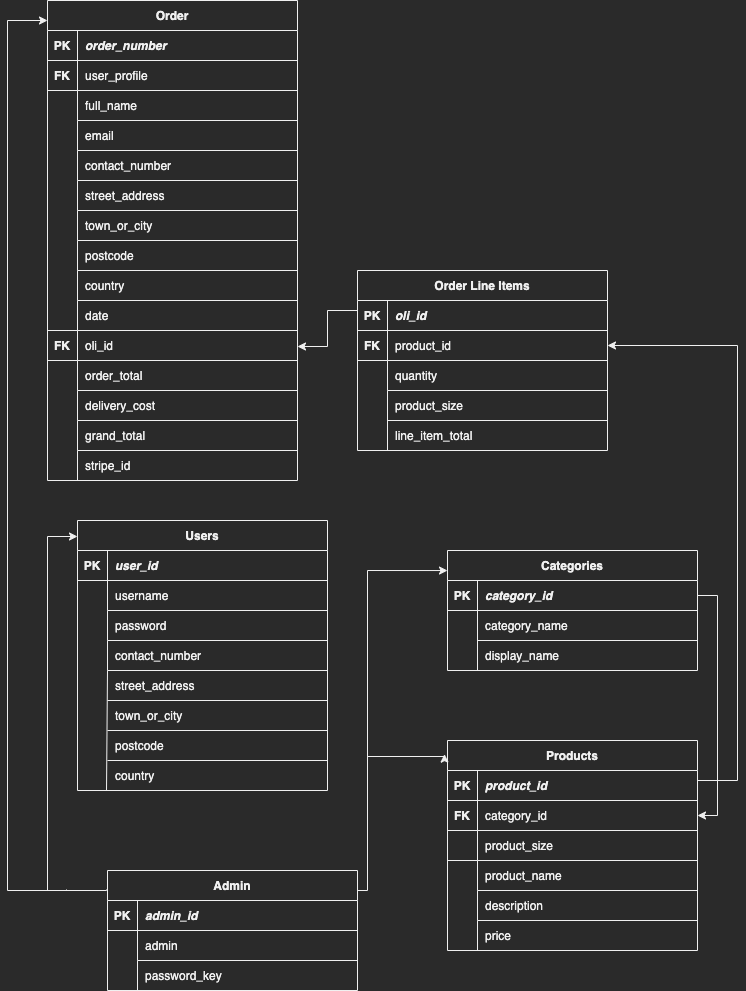
This is docs/testing/erd_diagram.png from joshfreeman00/VideoGameEmporium-MS4, a draw.io export, as it was before one commit. Source tidied: cells renumbered, new cells last; positions are measured from the earlier drawing's top-left corner, leaving out a move shared by most shapes.
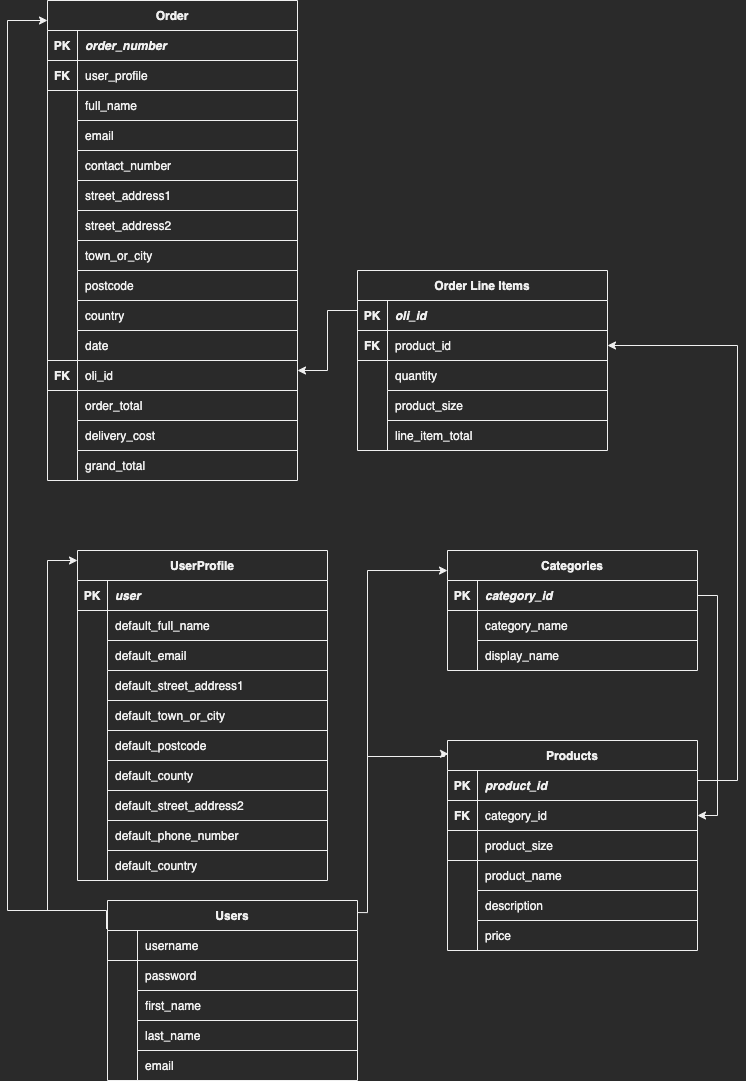
Above is the later version.

Commit message:
Update erd diagram

Diff of the diagram source:
```diff
@@ -32,8 +32,8 @@
     <mxCell id="11" value="product_size" style="shape=partialRectangle;overflow=hidden;fillColor=none;top=1;left=0;bottom=0;right=0;align=left;spacingLeft=6;" parent="9" vertex="1">
       <mxGeometry x="30" width="220" height="30" as="geometry" />
     </mxCell>
-    <mxCell id="12" value="Users" style="shape=table;startSize=30;rowLines=0;fontStyle=1;align=center;" parent="1" vertex="1">
-      <mxGeometry x="70" y="520" width="250" height="270" as="geometry" />
+    <mxCell id="12" value="UserProfile" style="shape=table;startSize=30;rowLines=0;fontStyle=1;align=center;" parent="1" vertex="1">
+      <mxGeometry x="70" y="550" width="250" height="330" as="geometry" />
     </mxCell>
     <mxCell id="13" style="shape=partialRectangle;fillColor=none;top=0;left=0;right=0;bottom=1;" parent="12" vertex="1">
       <mxGeometry y="30" width="250" height="30" as="geometry" />
@@ -41,7 +41,7 @@
     <mxCell id="14" value="PK" style="shape=partialRectangle;overflow=hidden;fillColor=none;top=0;left=0;bottom=0;right=0;fontStyle=1;" parent="13" vertex="1">
       <mxGeometry width="30" height="30" as="geometry" />
     </mxCell>
-    <mxCell id="15" value="user_id" style="shape=partialRectangle;overflow=hidden;fillColor=none;top=0;left=0;bottom=0;right=0;align=left;spacingLeft=6;fontStyle=3;" parent="13" vertex="1">
+    <mxCell id="15" style="shape=partialRectangle;overflow=hidden;fillColor=none;top=0;left=0;bottom=0;right=0;align=left;spacingLeft=6;fontStyle=3;" parent="13" vertex="1">
       <mxGeometry x="30" width="220" height="30" as="geometry" />
     </mxCell>
     <mxCell id="16" style="shape=partialRectangle;fillColor=none;top=0;left=0;right=0;bottom=0;" parent="12" vertex="1">
@@ -50,32 +50,32 @@
     <mxCell id="17" style="shape=partialRectangle;overflow=hidden;fillColor=none;top=0;left=0;bottom=0;right=0;" parent="16" vertex="1">
       <mxGeometry width="30" height="30" as="geometry" />
     </mxCell>
-    <mxCell id="18" value="username" style="shape=partialRectangle;overflow=hidden;fillColor=none;top=0;left=0;bottom=1;right=0;align=left;spacingLeft=6;" parent="16" vertex="1">
+    <mxCell id="18" style="shape=partialRectangle;overflow=hidden;fillColor=none;top=0;left=0;bottom=1;right=0;align=left;spacingLeft=6;" parent="16" vertex="1">
       <mxGeometry x="30" width="220" height="30" as="geometry" />
     </mxCell>
     <mxCell id="19" style="shape=partialRectangle;overflow=hidden;fillColor=none;top=0;left=0;bottom=0;right=1;" parent="1" vertex="1">
       <mxGeometry x="70" y="610" width="30" height="30" as="geometry" />
     </mxCell>
-    <mxCell id="20" value="password" style="shape=partialRectangle;overflow=hidden;fillColor=none;top=0;left=0;bottom=0;right=0;align=left;spacingLeft=6;" parent="1" vertex="1">
+    <mxCell id="20" value="default_full_name" style="shape=partialRectangle;overflow=hidden;fillColor=none;top=0;left=0;bottom=0;right=0;align=left;spacingLeft=6;" parent="1" vertex="1">
       <mxGeometry x="100" y="610" width="220" height="30" as="geometry" />
     </mxCell>
     <mxCell id="21" style="edgeStyle=orthogonalEdgeStyle;rounded=0;jettySize=auto;html=1;exitX=-0.004;exitY=0.158;exitDx=0;exitDy=0;exitPerimeter=0;" parent="1" edge="1" source="27">
       <mxGeometry relative="1" as="geometry">
-        <mxPoint x="70" y="536" as="targetPoint" />
+        <mxPoint x="70" y="560" as="targetPoint" />
         <Array as="points">
-          <mxPoint x="99" y="890" />
-          <mxPoint x="40" y="890" />
-          <mxPoint x="40" y="536" />
-          <mxPoint x="70" y="536" />
+          <mxPoint x="99" y="910" />
+          <mxPoint x="40" y="910" />
+          <mxPoint x="40" y="560" />
         </Array>
       </mxGeometry>
     </mxCell>
-    <mxCell id="22" style="edgeStyle=orthogonalEdgeStyle;rounded=0;jettySize=auto;html=1;entryX=-0.012;entryY=0.065;entryDx=0;entryDy=0;entryPerimeter=0;" parent="1" edge="1" target="2">
+    <mxCell id="22" style="edgeStyle=orthogonalEdgeStyle;rounded=0;jettySize=auto;html=1;entryX=0.004;entryY=0.064;entryDx=0;entryDy=0;entryPerimeter=0;exitX=0.996;exitY=0.067;exitDx=0;exitDy=0;exitPerimeter=0;" parent="1" edge="1" source="27" target="2">
       <mxGeometry relative="1" as="geometry">
-        <mxPoint x="350" y="890" as="sourcePoint" />
         <Array as="points">
-          <mxPoint x="360" y="890" />
+          <mxPoint x="360" y="912" />
           <mxPoint x="360" y="756" />
+          <mxPoint x="437" y="756" />
+          <mxPoint x="437" y="753" />
         </Array>
       </mxGeometry>
     </mxCell>
@@ -89,18 +89,18 @@
       <mxGeometry x="470" y="860" width="220" height="30" as="geometry" />
     </mxCell>
     <mxCell id="26" style="group;" parent="1" vertex="1">
-      <mxGeometry x="100" y="870" width="250" height="120" as="geometry" />
+      <mxGeometry x="100" y="870" width="250" height="210" as="geometry" />
     </mxCell>
-    <mxCell id="27" value="Admin" style="shape=table;startSize=30;rowLines=0;fontStyle=1;align=center;" parent="26" vertex="1">
-      <mxGeometry width="250" height="120" as="geometry" />
+    <mxCell id="27" value="Users" style="shape=table;startSize=30;rowLines=0;fontStyle=1;align=center;" parent="26" vertex="1">
+      <mxGeometry y="30" width="250" height="180" as="geometry" />
     </mxCell>
     <mxCell id="28" style="shape=partialRectangle;fillColor=none;top=0;left=0;right=0;bottom=1;" parent="27" vertex="1">
       <mxGeometry y="30" width="250" height="30" as="geometry" />
     </mxCell>
-    <mxCell id="29" value="PK" style="shape=partialRectangle;overflow=hidden;fillColor=none;top=0;left=0;bottom=0;right=0;fontStyle=1;" parent="28" vertex="1">
+    <mxCell id="29" style="shape=partialRectangle;overflow=hidden;fillColor=none;top=0;left=0;bottom=0;right=0;fontStyle=1;" parent="28" vertex="1">
       <mxGeometry width="30" height="30" as="geometry" />
     </mxCell>
-    <mxCell id="30" value="admin_id" style="shape=partialRectangle;overflow=hidden;fillColor=none;top=0;left=0;bottom=0;right=0;align=left;spacingLeft=6;fontStyle=3;" parent="28" vertex="1">
+    <mxCell id="30" value="username" style="shape=partialRectangle;overflow=hidden;fillColor=none;top=0;left=0;bottom=0;right=0;align=left;spacingLeft=6;fontStyle=0;" parent="28" vertex="1">
       <mxGeometry x="30" width="220" height="30" as="geometry" />
     </mxCell>
     <mxCell id="31" style="shape=partialRectangle;fillColor=none;top=0;left=0;right=0;bottom=0;" parent="27" vertex="1">
@@ -109,25 +109,37 @@
     <mxCell id="32" style="shape=partialRectangle;overflow=hidden;fillColor=none;top=0;left=0;bottom=0;right=0;" parent="31" vertex="1">
       <mxGeometry width="30" height="30" as="geometry" />
     </mxCell>
-    <mxCell id="33" value="admin" style="shape=partialRectangle;overflow=hidden;fillColor=none;top=0;left=0;bottom=1;right=0;align=left;spacingLeft=6;" parent="31" vertex="1">
+    <mxCell id="33" value="password" style="shape=partialRectangle;overflow=hidden;fillColor=none;top=0;left=0;bottom=1;right=0;align=left;spacingLeft=6;" parent="31" vertex="1">
       <mxGeometry x="30" width="220" height="30" as="geometry" />
     </mxCell>
-    <mxCell id="34" value="password_key" style="shape=partialRectangle;overflow=hidden;fillColor=none;top=0;left=1;bottom=0;right=0;align=left;spacingLeft=6;" parent="26" vertex="1">
-      <mxGeometry x="30" y="90" width="220" height="30" as="geometry" />
+    <mxCell id="34" value="first_name" style="shape=partialRectangle;overflow=hidden;fillColor=none;top=0;left=1;bottom=0;right=0;align=left;spacingLeft=6;" parent="26" vertex="1">
+      <mxGeometry x="30" y="120" width="220" height="30" as="geometry" />
     </mxCell>
+    <mxCell id="108" value="email" style="shape=partialRectangle;overflow=hidden;fillColor=none;top=0;left=1;bottom=0;right=0;align=left;spacingLeft=6;" parent="26" vertex="1">
+      <mxGeometry x="30" y="180" width="220" height="30" as="geometry" />
+    </mxCell>
+    <mxCell id="109" value="last_name" style="shape=partialRectangle;overflow=hidden;fillColor=none;top=0;left=0;bottom=1;right=0;align=left;spacingLeft=6;" parent="26" vertex="1">
+      <mxGeometry x="30" y="150" width="220" height="30" as="geometry" />
+    </mxCell>
+    <mxCell id="110" style="endArrow=none;html=1;rounded=0;labelBackgroundColor=default;strokeColor=default;fontFamily=Helvetica;fontSize=11;fontColor=default;shape=connector;" parent="26" edge="1">
+      <mxGeometry relative="1" as="geometry">
+        <mxPoint x="30" y="195" as="sourcePoint" />
+        <mxPoint x="30" y="135" as="targetPoint" />
+      </mxGeometry>
+    </mxCell>
-    <mxCell id="35" value="street_address" style="shape=partialRectangle;overflow=hidden;fillColor=none;top=0;left=0;bottom=0;right=0;align=left;spacingLeft=6;" parent="1" vertex="1">
+    <mxCell id="35" value="default_street_address1" style="shape=partialRectangle;overflow=hidden;fillColor=none;top=0;left=0;bottom=0;right=0;align=left;spacingLeft=6;" parent="1" vertex="1">
       <mxGeometry x="100" y="670" width="220" height="30" as="geometry" />
     </mxCell>
-    <mxCell id="36" value="contact_number" style="shape=partialRectangle;overflow=hidden;fillColor=none;top=0;left=0;bottom=0;right=0;align=left;spacingLeft=6;strokeColor=#F0F0F0;perimeterSpacing=2;" parent="1" vertex="1">
+    <mxCell id="36" value="default_email" style="shape=partialRectangle;overflow=hidden;fillColor=none;top=0;left=0;bottom=0;right=0;align=left;spacingLeft=6;strokeColor=#F0F0F0;perimeterSpacing=2;" parent="1" vertex="1">
       <mxGeometry x="100" y="640" width="220" height="30" as="geometry" />
     </mxCell>
-    <mxCell id="37" value="town_or_city" style="shape=partialRectangle;overflow=hidden;fillColor=none;top=0;left=0;bottom=0;right=0;align=left;spacingLeft=6;" parent="1" vertex="1">
+    <mxCell id="37" value="default_town_or_city" style="shape=partialRectangle;overflow=hidden;fillColor=none;top=0;left=0;bottom=0;right=0;align=left;spacingLeft=6;" parent="1" vertex="1">
       <mxGeometry x="100" y="700" width="220" height="30" as="geometry" />
     </mxCell>
-    <mxCell id="38" value="postcode" style="shape=partialRectangle;overflow=hidden;fillColor=none;top=0;left=0;bottom=0;right=0;align=left;spacingLeft=6;" parent="1" vertex="1">
+    <mxCell id="38" value="default_postcode" style="shape=partialRectangle;overflow=hidden;fillColor=none;top=0;left=0;bottom=0;right=0;align=left;spacingLeft=6;" parent="1" vertex="1">
       <mxGeometry x="100" y="730" width="220" height="30" as="geometry" />
     </mxCell>
-    <mxCell id="39" value="country" style="shape=partialRectangle;overflow=hidden;fillColor=none;top=0;left=0;bottom=0;right=0;align=left;spacingLeft=6;" parent="1" vertex="1">
+    <mxCell id="39" value="default_county" style="shape=partialRectangle;overflow=hidden;fillColor=none;top=0;left=0;bottom=0;right=0;align=left;spacingLeft=6;" parent="1" vertex="1">
       <mxGeometry x="100" y="760" width="220" height="30" as="geometry" />
     </mxCell>
     <mxCell id="40" style="endArrow=none;html=1;rounded=0;" parent="1" edge="1">
@@ -168,7 +180,7 @@
     </mxCell>
     <mxCell id="46" style="endArrow=none;html=1;rounded=0;" parent="1" edge="1">
       <mxGeometry relative="1" as="geometry">
-        <mxPoint x="99" y="790" as="sourcePoint" />
+        <mxPoint x="100" y="880" as="sourcePoint" />
         <mxPoint x="100" y="670" as="targetPoint" />
       </mxGeometry>
     </mxCell>
@@ -313,8 +325,8 @@
     <mxCell id="85" value="full_name" style="shape=partialRectangle;overflow=hidden;fillColor=none;top=1;left=0;bottom=0;right=0;align=left;spacingLeft=6;" parent="83" vertex="1">
       <mxGeometry x="30" width="220" height="30" as="geometry" />
     </mxCell>
-    <mxCell id="86" value="street_address" style="shape=partialRectangle;overflow=hidden;fillColor=none;top=1;left=1;bottom=0;right=0;align=left;spacingLeft=6;" parent="1" vertex="1">
-      <mxGeometry x="70" y="180" width="220" height="30" as="geometry" />
+    <mxCell id="86" value="street_address2" style="shape=partialRectangle;overflow=hidden;fillColor=none;top=1;left=1;bottom=0;right=0;align=left;spacingLeft=6;" parent="1" vertex="1">
+      <mxGeometry x="70" y="210" width="220" height="30" as="geometry" />
     </mxCell>
     <mxCell id="87" value="contact_number" style="shape=partialRectangle;overflow=hidden;fillColor=none;top=1;left=1;bottom=0;right=0;align=left;spacingLeft=6;" parent="1" vertex="1">
       <mxGeometry x="70" y="150" width="220" height="30" as="geometry" />
@@ -333,46 +345,43 @@
     </mxCell>
     <mxCell id="91" style="endArrow=none;html=1;rounded=0;" parent="1" edge="1">
       <mxGeometry relative="1" as="geometry">
-        <mxPoint x="70" y="330" as="sourcePoint" />
-        <mxPoint x="40" y="330" as="targetPoint" />
+        <mxPoint x="70" y="360" as="sourcePoint" />
+        <mxPoint x="40" y="360" as="targetPoint" />
       </mxGeometry>
     </mxCell>
     <mxCell id="92" value="town_or_city" style="shape=partialRectangle;overflow=hidden;fillColor=none;top=1;left=1;bottom=0;right=0;align=left;spacingLeft=6;" parent="1" vertex="1">
-      <mxGeometry x="70" y="210" width="220" height="30" as="geometry" />
+      <mxGeometry x="70" y="240" width="220" height="30" as="geometry" />
     </mxCell>
     <mxCell id="93" value="postcode" style="shape=partialRectangle;overflow=hidden;fillColor=none;top=1;left=1;bottom=0;right=0;align=left;spacingLeft=6;" parent="1" vertex="1">
-      <mxGeometry x="70" y="240" width="220" height="30" as="geometry" />
+      <mxGeometry x="70" y="270" width="220" height="30" as="geometry" />
     </mxCell>
     <mxCell id="94" value="country" style="shape=partialRectangle;overflow=hidden;fillColor=none;top=1;left=1;bottom=0;right=0;align=left;spacingLeft=6;" parent="1" vertex="1">
-      <mxGeometry x="70" y="270" width="220" height="30" as="geometry" />
+      <mxGeometry x="70" y="300" width="220" height="30" as="geometry" />
     </mxCell>
     <mxCell id="95" value="date" style="shape=partialRectangle;overflow=hidden;fillColor=none;top=1;left=1;bottom=0;right=0;align=left;spacingLeft=6;" parent="1" vertex="1">
-      <mxGeometry x="70" y="300" width="220" height="30" as="geometry" />
+      <mxGeometry x="70" y="330" width="220" height="30" as="geometry" />
     </mxCell>
     <mxCell id="96" value="oli_id" style="shape=partialRectangle;overflow=hidden;fillColor=none;top=1;left=1;bottom=0;right=0;align=left;spacingLeft=6;" parent="1" vertex="1">
-      <mxGeometry x="70" y="330" width="220" height="30" as="geometry" />
+      <mxGeometry x="70" y="360" width="220" height="30" as="geometry" />
     </mxCell>
     <mxCell id="97" value="FK" style="shape=partialRectangle;overflow=hidden;fillColor=none;top=0;left=0;bottom=0;right=0;fontStyle=1;" parent="1" vertex="1">
-      <mxGeometry x="40" y="330" width="30" height="30" as="geometry" />
+      <mxGeometry x="40" y="360" width="30" height="30" as="geometry" />
     </mxCell>
     <mxCell id="98" style="endArrow=none;html=1;rounded=0;" parent="1" edge="1">
       <mxGeometry relative="1" as="geometry">
-        <mxPoint x="40" y="360" as="sourcePoint" />
-        <mxPoint x="70" y="360" as="targetPoint" />
+        <mxPoint x="40" y="390" as="sourcePoint" />
+        <mxPoint x="70" y="390" as="targetPoint" />
       </mxGeometry>
     </mxCell>
     <mxCell id="99" value="order_total" style="shape=partialRectangle;overflow=hidden;fillColor=none;top=1;left=1;bottom=0;right=0;align=left;spacingLeft=6;" parent="1" vertex="1">
-      <mxGeometry x="70" y="360" width="220" height="30" as="geometry" />
+      <mxGeometry x="70" y="390" width="220" height="30" as="geometry" />
     </mxCell>
     <mxCell id="100" value="delivery_cost" style="shape=partialRectangle;overflow=hidden;fillColor=none;top=1;left=1;bottom=0;right=0;align=left;spacingLeft=6;" parent="1" vertex="1">
-      <mxGeometry x="70" y="390" width="220" height="30" as="geometry" />
+      <mxGeometry x="70" y="420" width="220" height="30" as="geometry" />
     </mxCell>
     <mxCell id="101" value="grand_total" style="shape=partialRectangle;overflow=hidden;fillColor=none;top=1;left=1;bottom=0;right=0;align=left;spacingLeft=6;" parent="1" vertex="1">
-      <mxGeometry x="70" y="420" width="220" height="30" as="geometry" />
+      <mxGeometry x="70" y="450" width="220" height="30" as="geometry" />
     </mxCell>
-    <mxCell id="102" value="stripe_id" style="shape=partialRectangle;overflow=hidden;fillColor=none;top=1;left=1;bottom=0;right=0;align=left;spacingLeft=6;" parent="1" vertex="1">
-      <mxGeometry x="70" y="450" width="220" height="30" as="geometry" />
-    </mxCell>
     <mxCell id="103" value="product_size" style="shape=partialRectangle;overflow=hidden;fillColor=none;top=1;left=0;bottom=0;right=0;align=left;spacingLeft=6;labelBorderColor=none;strokeColor=default;strokeWidth=1;perimeterSpacing=1;" parent="1" vertex="1">
       <mxGeometry x="380" y="390" width="220" height="30" as="geometry" />
     </mxCell>
@@ -385,21 +394,21 @@
     <mxCell id="105" style="edgeStyle=orthogonalEdgeStyle;rounded=0;orthogonalLoop=1;jettySize=auto;html=1;" parent="1" edge="1">
       <mxGeometry relative="1" as="geometry">
         <mxPoint x="350" y="310" as="sourcePoint" />
-        <mxPoint x="290" y="346" as="targetPoint" />
+        <mxPoint x="290" y="370" as="targetPoint" />
         <Array as="points">
-          <mxPoint x="350" y="310" />
           <mxPoint x="320" y="310" />
-          <mxPoint x="320" y="346" />
+          <mxPoint x="320" y="370" />
+          <mxPoint x="290" y="370" />
         </Array>
       </mxGeometry>
     </mxCell>
-    <mxCell id="106" style="edgeStyle=orthogonalEdgeStyle;rounded=0;orthogonalLoop=1;jettySize=auto;html=1;exitX=-0.004;exitY=0.158;exitDx=0;exitDy=0;exitPerimeter=0;" parent="1" edge="1">
+    <mxCell id="106" style="edgeStyle=orthogonalEdgeStyle;rounded=0;orthogonalLoop=1;jettySize=auto;html=1;" parent="1" edge="1">
       <mxGeometry relative="1" as="geometry">
-        <mxPoint x="59" y="889" as="sourcePoint" />
+        <mxPoint x="70" y="910" as="sourcePoint" />
         <mxPoint x="40" y="20" as="targetPoint" />
         <Array as="points">
-          <mxPoint x="59" y="890" />
-          <mxPoint y="890" />
+          <mxPoint x="59" y="910" />
+          <mxPoint y="910" />
           <mxPoint y="20" />
         </Array>
       </mxGeometry>
@@ -412,5 +421,44 @@
         </Array>
       </mxGeometry>
     </mxCell>
+    <mxCell id="111" value="default_street_address2" style="shape=partialRectangle;overflow=hidden;fillColor=none;top=0;left=0;bottom=0;right=0;align=left;spacingLeft=6;" parent="1" vertex="1">
+      <mxGeometry x="100" y="790" width="220" height="30" as="geometry" />
+    </mxCell>
+    <mxCell id="112" value="default_phone_number" style="shape=partialRectangle;overflow=hidden;fillColor=none;top=0;left=0;bottom=0;right=0;align=left;spacingLeft=6;" parent="1" vertex="1">
+      <mxGeometry x="100" y="820" width="220" height="30" as="geometry" />
+    </mxCell>
+    <mxCell id="113" value="default_country" style="shape=partialRectangle;overflow=hidden;fillColor=none;top=0;left=0;bottom=0;right=0;align=left;spacingLeft=6;" parent="1" vertex="1">
+      <mxGeometry x="100" y="850" width="220" height="30" as="geometry" />
+    </mxCell>
+    <mxCell id="114" style="endArrow=none;html=1;rounded=0;" parent="1" edge="1">
+      <mxGeometry relative="1" as="geometry">
+        <mxPoint x="100" y="790" as="sourcePoint" />
+        <mxPoint x="320" y="790" as="targetPoint" />
+      </mxGeometry>
+    </mxCell>
+    <mxCell id="115" style="endArrow=none;html=1;rounded=0;" parent="1" edge="1">
+      <mxGeometry relative="1" as="geometry">
+        <mxPoint x="100" y="850" as="sourcePoint" />
+        <mxPoint x="320" y="850" as="targetPoint" />
+      </mxGeometry>
+    </mxCell>
+    <mxCell id="116" style="endArrow=none;html=1;rounded=0;" parent="1" edge="1">
+      <mxGeometry relative="1" as="geometry">
+        <mxPoint x="100" y="820" as="sourcePoint" />
+        <mxPoint x="320" y="820" as="targetPoint" />
+      </mxGeometry>
+    </mxCell>
+    <mxCell id="117" value="street_address1" style="shape=partialRectangle;overflow=hidden;fillColor=none;top=1;left=1;bottom=0;right=0;align=left;spacingLeft=6;" parent="1" vertex="1">
+      <mxGeometry x="70" y="180" width="220" height="30" as="geometry" />
+    </mxCell>
+    <mxCell id="118" style="endArrow=none;html=1;rounded=0;labelBackgroundColor=default;strokeColor=default;fontFamily=Helvetica;fontSize=11;fontColor=default;shape=connector;" parent="1" edge="1">
+      <mxGeometry relative="1" as="geometry">
+        <mxPoint x="130" y="1020" as="sourcePoint" />
+        <mxPoint x="350" y="1020" as="targetPoint" />
+      </mxGeometry>
+    </mxCell>
+    <mxCell id="119" value="user" style="shape=partialRectangle;overflow=hidden;fillColor=none;top=0;left=0;bottom=1;right=0;align=left;spacingLeft=6;fontStyle=3;" parent="1" vertex="1">
+      <mxGeometry x="100" y="580" width="220" height="30" as="geometry" />
+    </mxCell>
   </root>
 </mxGraphModel>
```
